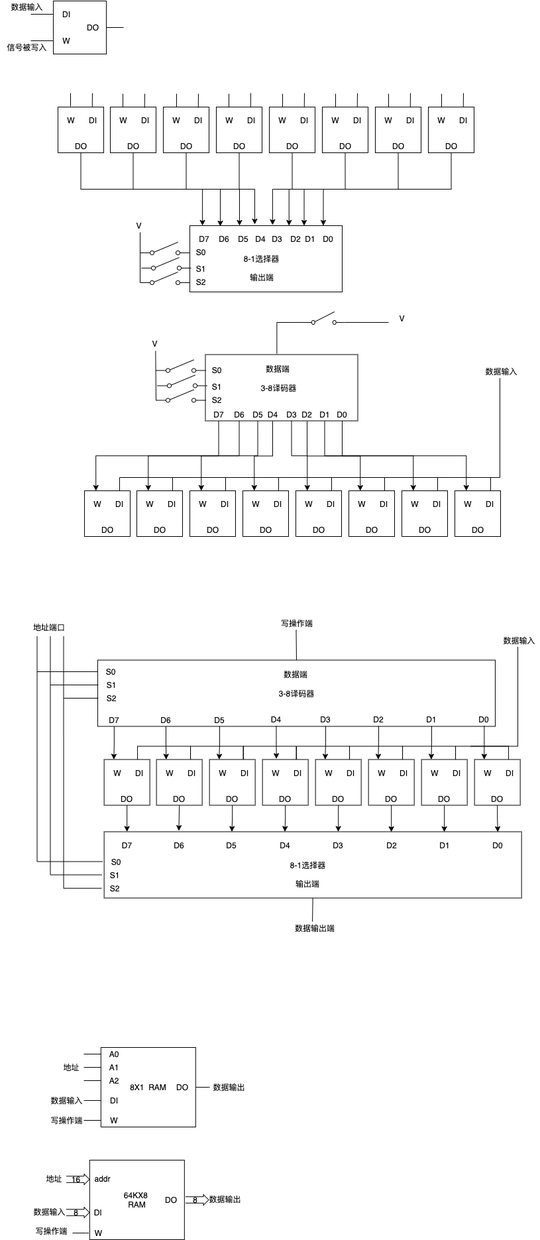
Earlier version of the draw.io export meng1.png (ZhaoLeBoy/my_pics). Source tidied: cells renumbered, new cells last; positions are measured from the earlier drawing's top-left corner, leaving out a move shared by most shapes.
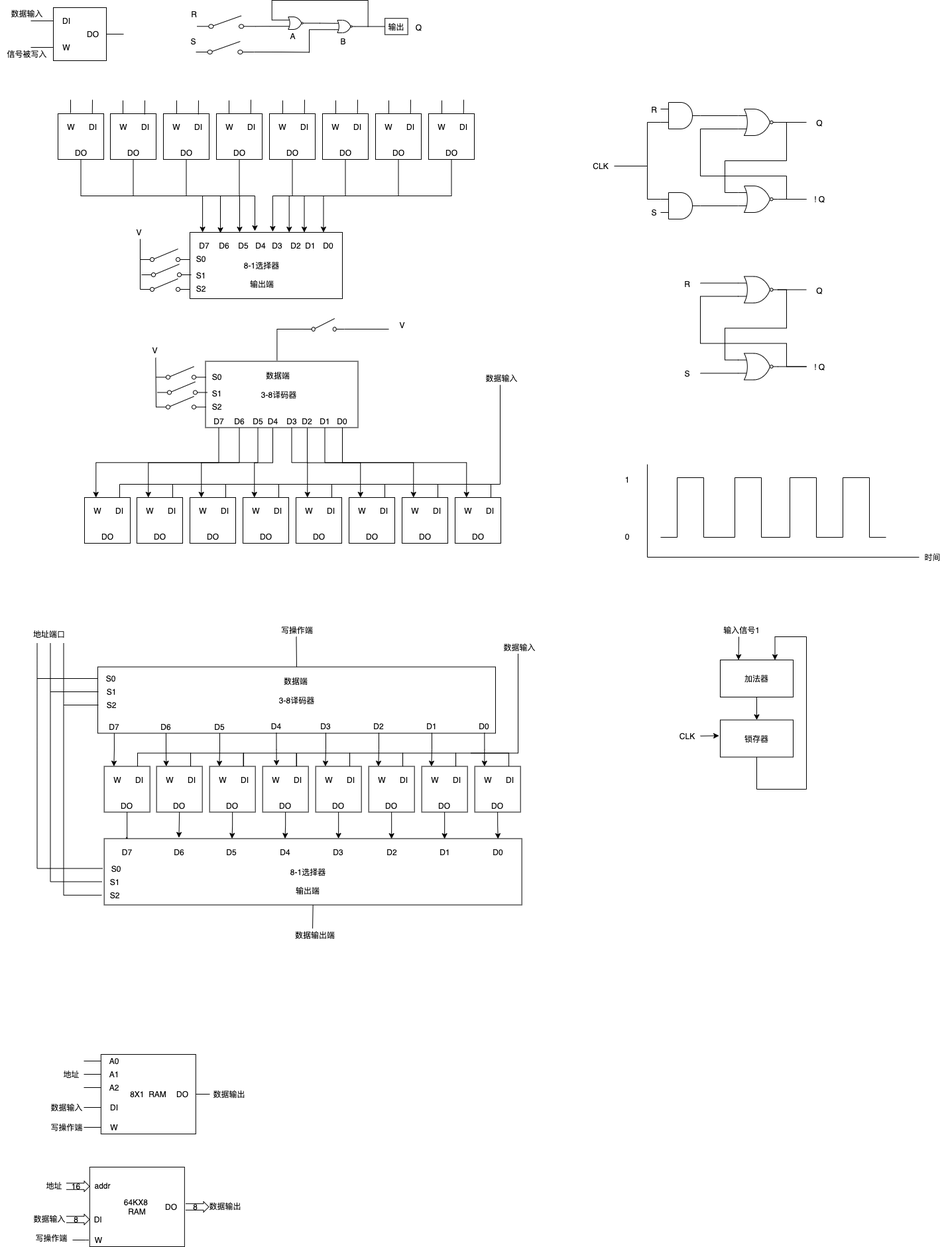
The same file after the commit.

Diff of the diagram source:
```diff
@@ -975,5 +975,272 @@
     <mxCell id="288" value="8" style="text;strokeColor=none;fillColor=none;html=1;fontSize=4;fontStyle=0;verticalAlign=middle;align=center;" parent="1" vertex="1">
       <mxGeometry x="286" y="1805" width="16" height="10" as="geometry" />
     </mxCell>
+    <mxCell id="289" style="edgeStyle=orthogonalEdgeStyle;rounded=0;jettySize=auto;html=1;exitX=1;exitY=0.5;exitDx=0;exitDy=0;exitPerimeter=0;entryX=0;entryY=0.25;entryDx=0;entryDy=0;entryPerimeter=0;endArrow=none;endFill=0;" parent="1" edge="1" source="292" target="295">
+      <mxGeometry relative="1" as="geometry" />
+    </mxCell>
+    <mxCell id="290" style="edgeStyle=orthogonalEdgeStyle;rounded=0;jettySize=auto;html=1;exitX=0;exitY=0.25;exitDx=0;exitDy=0;exitPerimeter=0;endArrow=none;endFill=0;" parent="1" edge="1" source="292">
+      <mxGeometry relative="1" as="geometry">
+        <mxPoint x="554.7" y="30" as="targetPoint" />
+        <Array as="points">
+          <mxPoint x="409.7" y="20" />
+          <mxPoint x="409.7" y="-10" />
+          <mxPoint x="554.7" y="-10" />
+        </Array>
+      </mxGeometry>
+    </mxCell>
+    <mxCell id="291" style="edgeStyle=orthogonalEdgeStyle;rounded=0;jettySize=auto;html=1;exitX=0;exitY=0.75;exitDx=0;exitDy=0;exitPerimeter=0;endArrow=none;endFill=0;" parent="1" edge="1" source="292">
+      <mxGeometry relative="1" as="geometry">
+        <mxPoint x="384.7" y="29.3" as="targetPoint" />
+      </mxGeometry>
+    </mxCell>
+    <mxCell id="292" style="verticalLabelPosition=bottom;shadow=0;dashed=0;align=center;html=1;verticalAlign=top;shape=mxgraph.electrical.logic_gates.logic_gate;operation=or;negating=1;negSize=0.15;" parent="1" vertex="1">
+      <mxGeometry x="429.5" y="15" width="31" height="19" as="geometry" />
+    </mxCell>
+    <mxCell id="293" style="edgeStyle=orthogonalEdgeStyle;rounded=0;jettySize=auto;html=1;endArrow=none;endFill=0;" parent="1" edge="1" source="295" target="296">
+      <mxGeometry relative="1" as="geometry" />
+    </mxCell>
+    <mxCell id="294" style="edgeStyle=orthogonalEdgeStyle;rounded=0;jettySize=auto;html=1;exitX=0;exitY=0.75;exitDx=0;exitDy=0;exitPerimeter=0;endArrow=none;endFill=0;" parent="1" edge="1" source="295">
+      <mxGeometry relative="1" as="geometry">
+        <mxPoint x="466" y="69" as="targetPoint" />
+      </mxGeometry>
+    </mxCell>
+    <mxCell id="295" style="verticalLabelPosition=bottom;shadow=0;dashed=0;align=center;html=1;verticalAlign=top;shape=mxgraph.electrical.logic_gates.logic_gate;operation=or;negating=1;negSize=0.15;" parent="1" vertex="1">
+      <mxGeometry x="503.7" y="20" width="31" height="19" as="geometry" />
+    </mxCell>
+    <mxCell id="296" value="输出" style="whiteSpace=wrap;html=1;shadow=0;dashed=0;verticalAlign=top;" parent="1" vertex="1">
+      <mxGeometry x="580.2" y="17.2" width="34.5" height="24.5" as="geometry" />
+    </mxCell>
+    <mxCell id="297" style="verticalLabelPosition=bottom;shadow=0;dashed=0;align=center;html=1;verticalAlign=top;shape=mxgraph.electrical.electro-mechanical.simple_switch;spacing=0;" parent="1" vertex="1">
+      <mxGeometry x="296.8" y="13.3" width="87.8" height="19" as="geometry" />
+    </mxCell>
+    <mxCell id="298" style="edgeStyle=orthogonalEdgeStyle;rounded=0;jettySize=auto;html=1;exitX=1;exitY=0.84;exitDx=0;exitDy=0;exitPerimeter=0;endArrow=none;endFill=0;" parent="1" edge="1" source="299">
+      <mxGeometry relative="1" as="geometry">
+        <mxPoint x="466" y="68.3" as="targetPoint" />
+      </mxGeometry>
+    </mxCell>
+    <mxCell id="299" style="verticalLabelPosition=bottom;shadow=0;dashed=0;align=center;html=1;verticalAlign=top;shape=mxgraph.electrical.electro-mechanical.simple_switch;spacing=0;" parent="1" vertex="1">
+      <mxGeometry x="295.1" y="52" width="87.8" height="19" as="geometry" />
+    </mxCell>
+    <mxCell id="300" value="A" style="text;html=1;align=center;verticalAlign=middle;" parent="1" vertex="1">
+      <mxGeometry x="430.5" y="34" width="20" height="20" as="geometry" />
+    </mxCell>
+    <mxCell id="301" value="B" style="text;html=1;align=center;verticalAlign=middle;" parent="1" vertex="1">
+      <mxGeometry x="506.5" y="41.7" width="20" height="20" as="geometry" />
+    </mxCell>
+    <mxCell id="302" value="R" style="text;html=1;align=center;verticalAlign=middle;" parent="1" vertex="1">
+      <mxGeometry x="282" y="1" width="20" height="20" as="geometry" />
+    </mxCell>
+    <mxCell id="303" value="S" style="text;html=1;align=center;verticalAlign=middle;" parent="1" vertex="1">
+      <mxGeometry x="280.5" y="41.7" width="20" height="20" as="geometry" />
+    </mxCell>
+    <mxCell id="304" value="Q" style="text;html=1;align=center;verticalAlign=middle;" parent="1" vertex="1">
+      <mxGeometry x="620.5" y="21" width="20" height="20" as="geometry" />
+    </mxCell>
+    <mxCell id="305" style="edgeStyle=orthogonalEdgeStyle;rounded=0;jettySize=auto;html=1;endArrow=none;endFill=0;" parent="1" edge="1" source="307">
+      <mxGeometry relative="1" as="geometry">
+        <mxPoint x="1216" y="174" as="targetPoint" />
+      </mxGeometry>
+    </mxCell>
+    <mxCell id="306" style="edgeStyle=orthogonalEdgeStyle;rounded=0;jettySize=auto;html=1;exitX=0;exitY=0.75;exitDx=0;exitDy=0;exitPerimeter=0;endArrow=none;endFill=0;" parent="1" edge="1" source="307">
+      <mxGeometry relative="1" as="geometry">
+        <mxPoint x="1216" y="290" as="targetPoint" />
+        <Array as="points">
+          <mxPoint x="1056" y="184" />
+          <mxPoint x="1056" y="255" />
+          <mxPoint x="1186" y="255" />
+          <mxPoint x="1186" y="290" />
+        </Array>
+      </mxGeometry>
+    </mxCell>
+    <mxCell id="307" style="verticalLabelPosition=bottom;shadow=0;dashed=0;align=center;html=1;verticalAlign=top;shape=mxgraph.electrical.logic_gates.logic_gate;operation=or;negating=1;negSize=0.15;" parent="1" vertex="1">
+      <mxGeometry x="1113" y="154" width="60" height="40" as="geometry" />
+    </mxCell>
+    <mxCell id="308" style="edgeStyle=orthogonalEdgeStyle;rounded=0;jettySize=auto;html=1;exitX=0;exitY=0.25;exitDx=0;exitDy=0;exitPerimeter=0;entryX=1;entryY=0.5;entryDx=0;entryDy=0;entryPerimeter=0;endArrow=none;endFill=0;" parent="1" edge="1" source="310" target="307">
+      <mxGeometry relative="1" as="geometry">
+        <Array as="points">
+          <mxPoint x="1093" y="280" />
+          <mxPoint x="1093" y="232" />
+          <mxPoint x="1186" y="232" />
+          <mxPoint x="1186" y="174" />
+        </Array>
+      </mxGeometry>
+    </mxCell>
+    <mxCell id="309" style="edgeStyle=orthogonalEdgeStyle;rounded=0;jettySize=auto;html=1;exitX=1;exitY=0.5;exitDx=0;exitDy=0;exitPerimeter=0;endArrow=none;endFill=0;" parent="1" edge="1" source="310">
+      <mxGeometry relative="1" as="geometry">
+        <mxPoint x="1216" y="290" as="targetPoint" />
+        <Array as="points">
+          <mxPoint x="1216" y="290" />
+          <mxPoint x="1216" y="290" />
+        </Array>
+      </mxGeometry>
+    </mxCell>
+    <mxCell id="310" style="verticalLabelPosition=bottom;shadow=0;dashed=0;align=center;html=1;verticalAlign=top;shape=mxgraph.electrical.logic_gates.logic_gate;operation=or;negating=1;negSize=0.15;" parent="1" vertex="1">
+      <mxGeometry x="1113" y="270" width="60" height="40" as="geometry" />
+    </mxCell>
+    <mxCell id="311" style="edgeStyle=orthogonalEdgeStyle;rounded=0;jettySize=auto;html=1;entryX=0;entryY=0.25;entryDx=0;entryDy=0;entryPerimeter=0;endArrow=none;endFill=0;" parent="1" edge="1" source="313" target="307">
+      <mxGeometry relative="1" as="geometry" />
+    </mxCell>
+    <mxCell id="312" style="edgeStyle=orthogonalEdgeStyle;rounded=0;jettySize=auto;html=1;exitX=0;exitY=0.75;exitDx=0;exitDy=0;exitPerimeter=0;entryX=0;entryY=0.25;entryDx=0;entryDy=0;entryPerimeter=0;endArrow=none;endFill=0;" parent="1" edge="1" source="313" target="315">
+      <mxGeometry relative="1" as="geometry" />
+    </mxCell>
+    <mxCell id="313" style="verticalLabelPosition=bottom;shadow=0;dashed=0;align=center;html=1;verticalAlign=top;shape=mxgraph.electrical.logic_gates.logic_gate;operation=and;" parent="1" vertex="1">
+      <mxGeometry x="996" y="144" width="60" height="40" as="geometry" />
+    </mxCell>
+    <mxCell id="314" style="edgeStyle=orthogonalEdgeStyle;rounded=0;jettySize=auto;html=1;entryX=0;entryY=0.75;entryDx=0;entryDy=0;entryPerimeter=0;endArrow=none;endFill=0;" parent="1" edge="1" source="315" target="310">
+      <mxGeometry relative="1" as="geometry" />
+    </mxCell>
+    <mxCell id="315" style="verticalLabelPosition=bottom;shadow=0;dashed=0;align=center;html=1;verticalAlign=top;shape=mxgraph.electrical.logic_gates.logic_gate;operation=and;" parent="1" vertex="1">
+      <mxGeometry x="996" y="280" width="60" height="40" as="geometry" />
+    </mxCell>
+    <mxCell id="316" value="R" style="text;html=1;align=center;verticalAlign=middle;" parent="1" vertex="1">
+      <mxGeometry x="976" y="145" width="20" height="20" as="geometry" />
+    </mxCell>
+    <mxCell id="317" value="S" style="text;html=1;align=center;verticalAlign=middle;" parent="1" vertex="1">
+      <mxGeometry x="976" y="300" width="20" height="20" as="geometry" />
+    </mxCell>
+    <mxCell id="318" style="endArrow=none;html=1;" parent="1" edge="1">
+      <mxGeometry relative="1" as="geometry">
+        <mxPoint x="926" y="240" as="sourcePoint" />
+        <mxPoint x="976" y="240" as="targetPoint" />
+      </mxGeometry>
+    </mxCell>
+    <mxCell id="319" value="CLK" style="text;html=1;strokeColor=none;fillColor=none;align=center;verticalAlign=middle;whiteSpace=wrap;rounded=0;" parent="1" vertex="1">
+      <mxGeometry x="886" y="230" width="40" height="20" as="geometry" />
+    </mxCell>
+    <mxCell id="320" value="Q" style="text;html=1;strokeColor=none;fillColor=none;align=center;verticalAlign=middle;whiteSpace=wrap;rounded=0;" parent="1" vertex="1">
+      <mxGeometry x="1216" y="165" width="40" height="20" as="geometry" />
+    </mxCell>
+    <mxCell id="321" value="! Q" style="text;html=1;strokeColor=none;fillColor=none;align=center;verticalAlign=middle;whiteSpace=wrap;rounded=0;" parent="1" vertex="1">
+      <mxGeometry x="1216" y="280" width="40" height="20" as="geometry" />
+    </mxCell>
+    <mxCell id="322" style="edgeStyle=orthogonalEdgeStyle;rounded=0;jettySize=auto;html=1;endArrow=none;endFill=0;" parent="1" edge="1" source="324">
+      <mxGeometry relative="1" as="geometry">
+        <mxPoint x="1216" y="426.5" as="targetPoint" />
+      </mxGeometry>
+    </mxCell>
+    <mxCell id="323" style="edgeStyle=orthogonalEdgeStyle;rounded=0;jettySize=auto;html=1;exitX=0;exitY=0.75;exitDx=0;exitDy=0;exitPerimeter=0;endArrow=none;endFill=0;" parent="1" edge="1" source="324">
+      <mxGeometry relative="1" as="geometry">
+        <mxPoint x="1216" y="542.5" as="targetPoint" />
+        <Array as="points">
+          <mxPoint x="1056" y="436.5" />
+          <mxPoint x="1056" y="507.5" />
+          <mxPoint x="1186" y="507.5" />
+          <mxPoint x="1186" y="542.5" />
+        </Array>
+      </mxGeometry>
+    </mxCell>
+    <mxCell id="324" style="verticalLabelPosition=bottom;shadow=0;dashed=0;align=center;html=1;verticalAlign=top;shape=mxgraph.electrical.logic_gates.logic_gate;operation=or;negating=1;negSize=0.15;" parent="1" vertex="1">
+      <mxGeometry x="1113" y="406.5" width="60" height="40" as="geometry" />
+    </mxCell>
+    <mxCell id="325" style="edgeStyle=orthogonalEdgeStyle;rounded=0;jettySize=auto;html=1;exitX=0;exitY=0.25;exitDx=0;exitDy=0;exitPerimeter=0;entryX=1;entryY=0.5;entryDx=0;entryDy=0;entryPerimeter=0;endArrow=none;endFill=0;" parent="1" edge="1" source="327" target="324">
+      <mxGeometry relative="1" as="geometry">
+        <Array as="points">
+          <mxPoint x="1093" y="532.5" />
+          <mxPoint x="1093" y="484.5" />
+          <mxPoint x="1186" y="484.5" />
+          <mxPoint x="1186" y="426.5" />
+        </Array>
+      </mxGeometry>
+    </mxCell>
+    <mxCell id="326" style="edgeStyle=orthogonalEdgeStyle;rounded=0;jettySize=auto;html=1;exitX=1;exitY=0.5;exitDx=0;exitDy=0;exitPerimeter=0;endArrow=none;endFill=0;" parent="1" edge="1" source="327">
+      <mxGeometry relative="1" as="geometry">
+        <mxPoint x="1216" y="542.5" as="targetPoint" />
+        <Array as="points">
+          <mxPoint x="1216" y="542.5" />
+          <mxPoint x="1216" y="542.5" />
+        </Array>
+      </mxGeometry>
+    </mxCell>
+    <mxCell id="327" style="verticalLabelPosition=bottom;shadow=0;dashed=0;align=center;html=1;verticalAlign=top;shape=mxgraph.electrical.logic_gates.logic_gate;operation=or;negating=1;negSize=0.15;" parent="1" vertex="1">
+      <mxGeometry x="1113" y="522.5" width="60" height="40" as="geometry" />
+    </mxCell>
+    <mxCell id="328" style="edgeStyle=orthogonalEdgeStyle;rounded=0;jettySize=auto;html=1;entryX=0;entryY=0.25;entryDx=0;entryDy=0;entryPerimeter=0;endArrow=none;endFill=0;" parent="1" edge="1" target="324">
+      <mxGeometry relative="1" as="geometry">
+        <mxPoint x="1056" y="416.5" as="sourcePoint" />
+      </mxGeometry>
+    </mxCell>
+    <mxCell id="329" style="edgeStyle=orthogonalEdgeStyle;rounded=0;jettySize=auto;html=1;entryX=0;entryY=0.75;entryDx=0;entryDy=0;entryPerimeter=0;endArrow=none;endFill=0;" parent="1" edge="1" target="327">
+      <mxGeometry relative="1" as="geometry">
+        <mxPoint x="1056" y="552.5" as="sourcePoint" />
+      </mxGeometry>
+    </mxCell>
+    <mxCell id="330" value="R" style="text;html=1;align=center;verticalAlign=middle;" parent="1" vertex="1">
+      <mxGeometry x="1026" y="408" width="20" height="20" as="geometry" />
+    </mxCell>
+    <mxCell id="331" value="S" style="text;html=1;align=center;verticalAlign=middle;" parent="1" vertex="1">
+      <mxGeometry x="1026" y="542.5" width="20" height="20" as="geometry" />
+    </mxCell>
+    <mxCell id="332" value="Q" style="text;html=1;strokeColor=none;fillColor=none;align=center;verticalAlign=middle;whiteSpace=wrap;rounded=0;" parent="1" vertex="1">
+      <mxGeometry x="1216" y="417.5" width="40" height="20" as="geometry" />
+    </mxCell>
+    <mxCell id="333" value="! Q" style="text;html=1;strokeColor=none;fillColor=none;align=center;verticalAlign=middle;whiteSpace=wrap;rounded=0;" parent="1" vertex="1">
+      <mxGeometry x="1216" y="532.5" width="40" height="20" as="geometry" />
+    </mxCell>
+    <mxCell id="334" style="verticalLabelPosition=bottom;shadow=0;dashed=0;align=center;html=1;verticalAlign=top;shape=mxgraph.electrical.waveforms.pulse_1;" parent="1" vertex="1">
+      <mxGeometry x="996" y="710" width="90" height="90" as="geometry" />
+    </mxCell>
+    <mxCell id="335" style="verticalLabelPosition=bottom;shadow=0;dashed=0;align=center;html=1;verticalAlign=top;shape=mxgraph.electrical.waveforms.pulse_1;" parent="1" vertex="1">
+      <mxGeometry x="1083" y="710" width="90" height="90" as="geometry" />
+    </mxCell>
+    <mxCell id="336" style="verticalLabelPosition=bottom;shadow=0;dashed=0;align=center;html=1;verticalAlign=top;shape=mxgraph.electrical.waveforms.pulse_1;" parent="1" vertex="1">
+      <mxGeometry x="1166" y="710" width="90" height="90" as="geometry" />
+    </mxCell>
+    <mxCell id="337" style="verticalLabelPosition=bottom;shadow=0;dashed=0;align=center;html=1;verticalAlign=top;shape=mxgraph.electrical.waveforms.pulse_1;" parent="1" vertex="1">
+      <mxGeometry x="1246" y="710" width="90" height="90" as="geometry" />
+    </mxCell>
+    <mxCell id="338" style="endArrow=none;html=1;" parent="1" edge="1">
+      <mxGeometry relative="1" as="geometry">
+        <mxPoint x="976" y="830" as="sourcePoint" />
+        <mxPoint x="976" y="690" as="targetPoint" />
+      </mxGeometry>
+    </mxCell>
+    <mxCell id="339" style="endArrow=none;html=1;" parent="1" edge="1">
+      <mxGeometry relative="1" as="geometry">
+        <mxPoint x="976" y="830" as="sourcePoint" />
+        <mxPoint x="1386" y="830" as="targetPoint" />
+      </mxGeometry>
+    </mxCell>
+    <mxCell id="340" value="0" style="text;html=1;strokeColor=none;fillColor=none;align=center;verticalAlign=middle;whiteSpace=wrap;rounded=0;" parent="1" vertex="1">
+      <mxGeometry x="926" y="789" width="40" height="20" as="geometry" />
+    </mxCell>
+    <mxCell id="341" value="1" style="text;html=1;strokeColor=none;fillColor=none;align=center;verticalAlign=middle;whiteSpace=wrap;rounded=0;" parent="1" vertex="1">
+      <mxGeometry x="926" y="703" width="40" height="20" as="geometry" />
+    </mxCell>
+    <mxCell id="342" value="时间" style="text;html=1;align=center;verticalAlign=middle;" parent="1" vertex="1">
+      <mxGeometry x="1386" y="820" width="40" height="20" as="geometry" />
+    </mxCell>
+    <mxCell id="343" style="edgeStyle=orthogonalEdgeStyle;rounded=0;jettySize=auto;html=1;entryX=0.5;entryY=0;entryDx=0;entryDy=0;endArrow=classic;endFill=1;" parent="1" edge="1" source="344" target="346">
+      <mxGeometry relative="1" as="geometry" />
+    </mxCell>
+    <mxCell id="344" value="加法器" style="rounded=0;whiteSpace=wrap;html=1;" parent="1" vertex="1">
+      <mxGeometry x="1086" y="985" width="110" height="56" as="geometry" />
+    </mxCell>
+    <mxCell id="345" style="edgeStyle=orthogonalEdgeStyle;rounded=0;jettySize=auto;html=1;entryX=0.75;entryY=0;entryDx=0;entryDy=0;startArrow=none;startFill=0;endArrow=classic;endFill=1;" parent="1" edge="1" source="346" target="344">
+      <mxGeometry relative="1" as="geometry">
+        <Array as="points">
+          <mxPoint x="1141" y="1180" />
+          <mxPoint x="1216" y="1180" />
+          <mxPoint x="1216" y="950" />
+          <mxPoint x="1169" y="950" />
+        </Array>
+      </mxGeometry>
+    </mxCell>
+    <mxCell id="346" value="锁存器" style="rounded=0;whiteSpace=wrap;html=1;" parent="1" vertex="1">
+      <mxGeometry x="1086" y="1075.5" width="110" height="56" as="geometry" />
+    </mxCell>
+    <mxCell id="347" style="endArrow=classic;html=1;entryX=-0.017;entryY=0.425;entryDx=0;entryDy=0;entryPerimeter=0;" parent="1" edge="1" source="348" target="346">
+      <mxGeometry relative="1" as="geometry" />
+    </mxCell>
+    <mxCell id="348" value="CLK" style="text;html=1;align=center;verticalAlign=middle;points=[];" parent="1" vertex="1">
+      <mxGeometry x="1016" y="1090" width="40" height="20" as="geometry" />
+    </mxCell>
+    <mxCell id="349" style="endArrow=classic;html=1;entryX=0.25;entryY=0;entryDx=0;entryDy=0;" parent="1" edge="1" target="344">
+      <mxGeometry relative="1" as="geometry">
+        <mxPoint x="1114" y="950" as="sourcePoint" />
+      </mxGeometry>
+    </mxCell>
+    <mxCell id="350" value="输入信号1" style="text;html=1;align=center;verticalAlign=middle;" parent="1" vertex="1">
+      <mxGeometry x="1083" y="930" width="70" height="20" as="geometry" />
+    </mxCell>
   </root>
 </mxGraphModel>
```
